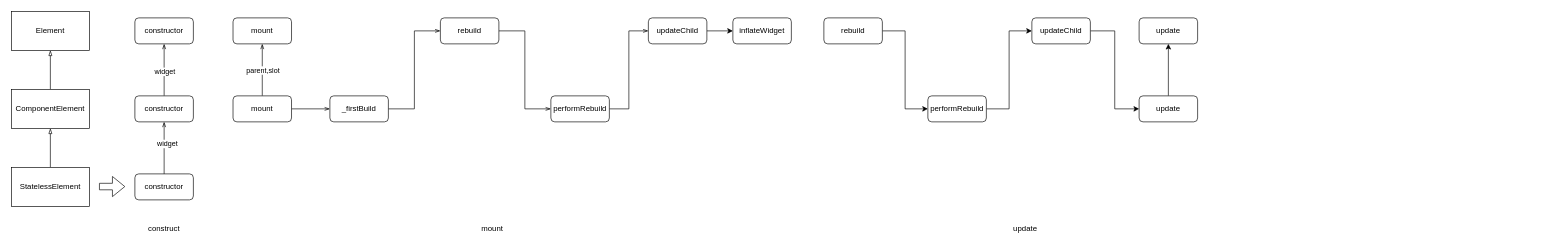
Above: flutter/stateless_element.drawio in rockstore/diagram (draw.io), before the change. Source tidied: cells renumbered, new cells numbered last; positions are measured from the earlier drawing's top-left corner, leaving out a move shared by most shapes. Both pictures are drawn from the tidied source at 65%, with x=0, y=0 at pixel (11, 11).
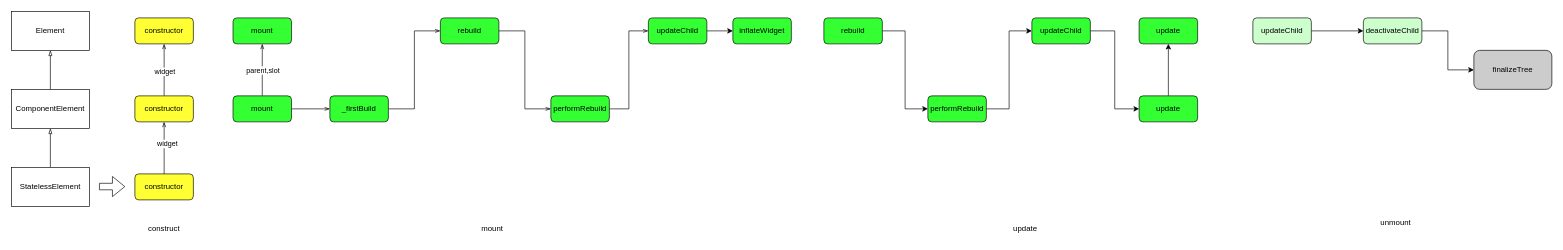
The same page after the edit.

What changed in the source:
```diff
@@
-    <mxCell id="10" value="constructor" style="rounded=1;whiteSpace=wrap;html=1;" parent="1" vertex="1">
+    <mxCell id="10" value="constructor" style="rounded=1;whiteSpace=wrap;html=1;fillColor=#FFFF33;" parent="1" vertex="1">
       <mxGeometry x="190" y="250" width="90" height="40" as="geometry" />
     </mxCell>
@@
-    <mxCell id="13" value="constructor" style="rounded=1;whiteSpace=wrap;html=1;" parent="1" vertex="1">
+    <mxCell id="13" value="constructor" style="rounded=1;whiteSpace=wrap;html=1;fillColor=#FFFF33;" parent="1" vertex="1">
       <mxGeometry x="190" y="130" width="90" height="40" as="geometry" />
     </mxCell>
-    <mxCell id="14" value="constructor" style="rounded=1;whiteSpace=wrap;html=1;" parent="1" vertex="1">
+    <mxCell id="14" value="constructor" style="rounded=1;whiteSpace=wrap;html=1;fillColor=#FFFF33;" parent="1" vertex="1">
       <mxGeometry x="190" y="10" width="90" height="40" as="geometry" />
     </mxCell>
@@
-    <mxCell id="18" value="mount" style="rounded=1;whiteSpace=wrap;html=1;" parent="1" vertex="1">
+    <mxCell id="18" value="mount" style="rounded=1;whiteSpace=wrap;html=1;fillColor=#33FF33;" parent="1" vertex="1">
       <mxGeometry x="341" y="130" width="90" height="40" as="geometry" />
     </mxCell>
-    <mxCell id="19" value="mount" style="rounded=1;whiteSpace=wrap;html=1;" parent="1" vertex="1">
+    <mxCell id="19" value="mount" style="rounded=1;whiteSpace=wrap;html=1;fillColor=#33FF33;" parent="1" vertex="1">
       <mxGeometry x="341" y="10" width="90" height="40" as="geometry" />
     </mxCell>
@@
-    <mxCell id="22" value="_firstBuild" style="rounded=1;whiteSpace=wrap;html=1;" parent="1" vertex="1">
+    <mxCell id="22" value="_firstBuild" style="rounded=1;whiteSpace=wrap;html=1;fillColor=#33FF33;" parent="1" vertex="1">
       <mxGeometry x="490" y="130" width="90" height="40" as="geometry" />
     </mxCell>
@@
-    <mxCell id="24" value="rebuild" style="rounded=1;whiteSpace=wrap;html=1;" parent="1" vertex="1">
+    <mxCell id="24" value="rebuild" style="rounded=1;whiteSpace=wrap;html=1;fillColor=#33FF33;" parent="1" vertex="1">
       <mxGeometry x="660" y="10" width="90" height="40" as="geometry" />
     </mxCell>
@@
-    <mxCell id="26" value="performRebuild" style="rounded=1;whiteSpace=wrap;html=1;" parent="1" vertex="1">
+    <mxCell id="26" value="performRebuild" style="rounded=1;whiteSpace=wrap;html=1;fillColor=#33FF33;" parent="1" vertex="1">
       <mxGeometry x="830" y="130" width="90" height="40" as="geometry" />
     </mxCell>
@@
-    <mxCell id="28" value="updateChild" style="rounded=1;whiteSpace=wrap;html=1;" parent="1" vertex="1">
+    <mxCell id="28" value="updateChild" style="rounded=1;whiteSpace=wrap;html=1;fillColor=#33FF33;" parent="1" vertex="1">
       <mxGeometry x="980" y="10" width="90" height="40" as="geometry" />
     </mxCell>
@@
-    <mxCell id="30" value="inflateWidget" style="rounded=1;whiteSpace=wrap;html=1;" parent="1" vertex="1">
+    <mxCell id="30" value="inflateWidget" style="rounded=1;whiteSpace=wrap;html=1;fillColor=#33FF33;" parent="1" vertex="1">
       <mxGeometry x="1110" y="10" width="90" height="40" as="geometry" />
     </mxCell>
@@
-    <mxCell id="32" value="rebuild" style="rounded=1;whiteSpace=wrap;html=1;" parent="1" vertex="1">
+    <mxCell id="32" value="rebuild" style="rounded=1;whiteSpace=wrap;html=1;fillColor=#33FF33;" parent="1" vertex="1">
       <mxGeometry x="1250" y="10" width="90" height="40" as="geometry" />
     </mxCell>
@@
-    <mxCell id="34" value="performRebuild" style="rounded=1;whiteSpace=wrap;html=1;" parent="1" vertex="1">
+    <mxCell id="34" value="performRebuild" style="rounded=1;whiteSpace=wrap;html=1;fillColor=#33FF33;" parent="1" vertex="1">
       <mxGeometry x="1410" y="130" width="90" height="40" as="geometry" />
     </mxCell>
@@
-    <mxCell id="36" value="updateChild" style="rounded=1;whiteSpace=wrap;html=1;" parent="1" vertex="1">
+    <mxCell id="36" value="updateChild" style="rounded=1;whiteSpace=wrap;html=1;fillColor=#33FF33;" parent="1" vertex="1">
       <mxGeometry x="1570" y="10" width="90" height="40" as="geometry" />
     </mxCell>
@@
-    <mxCell id="38" value="update" style="rounded=1;whiteSpace=wrap;html=1;" parent="1" vertex="1">
+    <mxCell id="38" value="update" style="rounded=1;whiteSpace=wrap;html=1;fillColor=#33FF33;" parent="1" vertex="1">
       <mxGeometry x="1735" y="130" width="90" height="40" as="geometry" />
     </mxCell>
-    <mxCell id="39" value="update" style="rounded=1;whiteSpace=wrap;html=1;" parent="1" vertex="1">
+    <mxCell id="39" value="update" style="rounded=1;whiteSpace=wrap;html=1;fillColor=#33FF33;" parent="1" vertex="1">
       <mxGeometry x="1735" y="10" width="90" height="40" as="geometry" />
     </mxCell>
@@
+    <mxCell id="41" value="unmount" style="text;html=1;strokeColor=none;fillColor=none;align=center;verticalAlign=middle;whiteSpace=wrap;rounded=0;" parent="1" vertex="1">
+      <mxGeometry x="2100" y="310" width="60" height="30" as="geometry" />
+    </mxCell>
+    <mxCell id="42" style="edgeStyle=orthogonalEdgeStyle;rounded=0;jettySize=auto;html=1;exitX=1;exitY=0.5;exitDx=0;exitDy=0;entryX=0;entryY=0.5;entryDx=0;entryDy=0;" parent="1" edge="1" source="43" target="45">
+      <mxGeometry relative="1" as="geometry" />
+    </mxCell>
+    <mxCell id="43" value="updateChild" style="rounded=1;whiteSpace=wrap;html=1;fillColor=#CCFFCC;" parent="1" vertex="1">
+      <mxGeometry x="1910" y="10" width="90" height="40" as="geometry" />
+    </mxCell>
+    <mxCell id="44" style="edgeStyle=orthogonalEdgeStyle;rounded=0;jettySize=auto;html=1;exitX=1;exitY=0.5;exitDx=0;exitDy=0;entryX=0;entryY=0.5;entryDx=0;entryDy=0;" parent="1" edge="1" source="45" target="46">
+      <mxGeometry relative="1" as="geometry" />
+    </mxCell>
+    <mxCell id="45" value="deactivateChild" style="rounded=1;whiteSpace=wrap;html=1;fillColor=#CCFFCC;" parent="1" vertex="1">
+      <mxGeometry x="2080" y="10" width="90" height="40" as="geometry" />
+    </mxCell>
+    <mxCell id="46" value="finalizeTree" style="rounded=1;whiteSpace=wrap;html=1;fillColor=#CCCCCC;" parent="1" vertex="1">
+      <mxGeometry x="2250" y="60" width="120" height="60" as="geometry" />
+    </mxCell>
```
